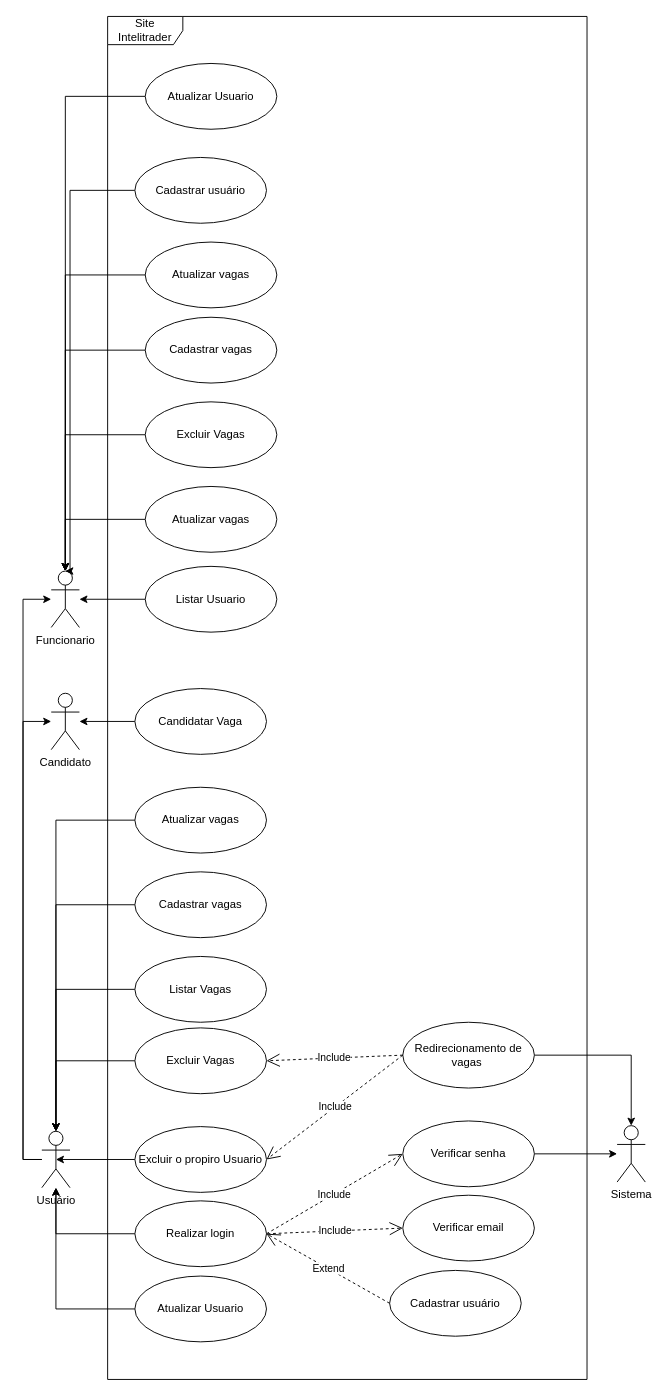
Above: page "Caso de uso" (1 of 2) of Diagramas/Caso de uso e classe.drawio in LameckVieira/Projeto_Intelitrade (draw.io), before the change. Source tidied: cells renumbered, new cells numbered last; positions are measured from the earlier drawing's top-left corner, leaving out a move shared by most shapes. Both pictures are drawn from the tidied source at 94%, with x=0, y=0 at pixel (23, 16).
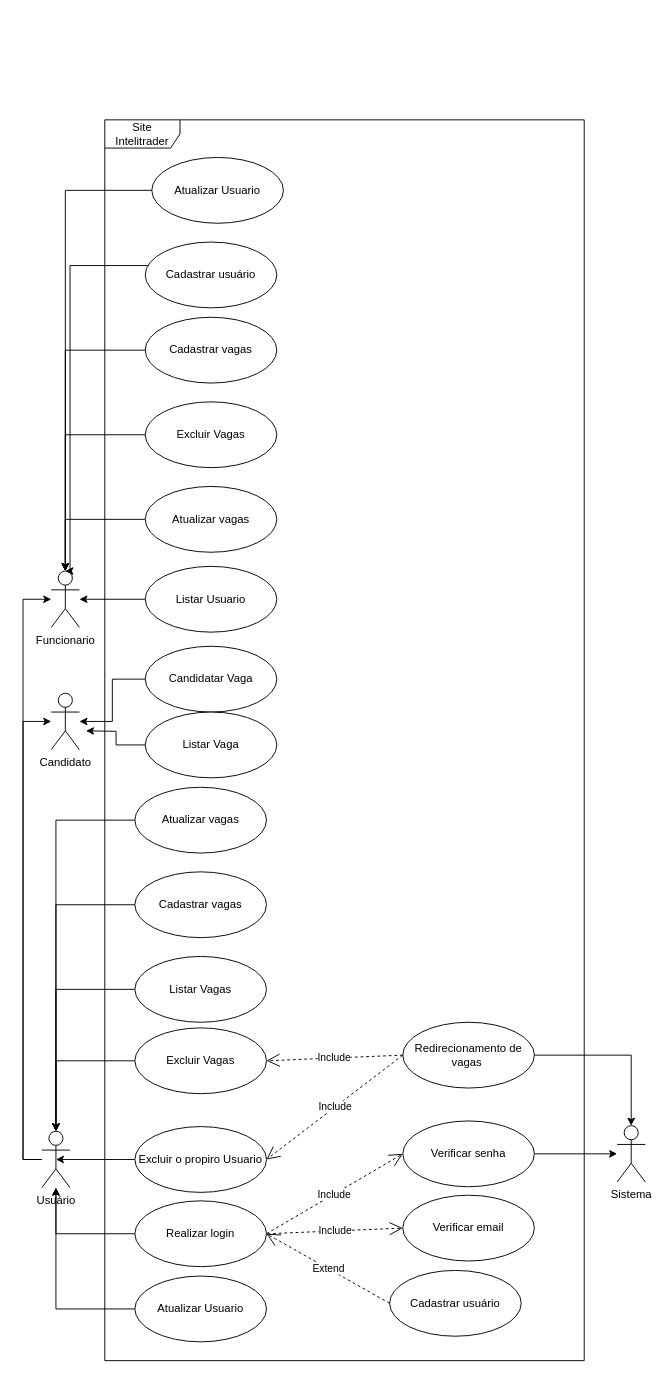
Above is the later version.

Commit message:
outras coisas

The change refers to these unchanged cells:
```xml
<mxCell id="30" value="Funcionario" style="shape=umlActor;verticalLabelPosition=bottom;verticalAlign=top;html=1;outlineConnect=0;" parent="1" vertex="1">
  <mxGeometry x="30" y="590" width="30" height="60" as="geometry" />
</mxCell>
```

The edit, as a diff of the source:
```diff
@@
     <mxCell id="27" value="Site Intelitrader" style="shape=umlFrame;whiteSpace=wrap;html=1;width=80;height=30;" parent="1" vertex="1">
-      <mxGeometry x="90" width="510" height="1450" as="geometry" />
+      <mxGeometry x="87" y="110" width="510" height="1320" as="geometry" />
     </mxCell>
@@
     <mxCell id="37" value="Candidatar Vaga" style="ellipse;whiteSpace=wrap;html=1;" parent="1" vertex="1">
-      <mxGeometry x="119" y="715" width="140" height="70" as="geometry" />
+      <mxGeometry x="130" y="670" width="140" height="70" as="geometry" />
     </mxCell>
@@
-    <mxCell id="44" style="edgeStyle=orthogonalEdgeStyle;rounded=0;jettySize=auto;html=1;entryX=0.5;entryY=0;entryDx=0;entryDy=0;entryPerimeter=0;" parent="1" edge="1" source="45" target="30">
-      <mxGeometry relative="1" as="geometry" />
-    </mxCell>
-    <mxCell id="45" value="Atualizar vagas" style="ellipse;whiteSpace=wrap;html=1;" parent="1" vertex="1">
-      <mxGeometry x="130" y="240" width="140" height="70" as="geometry" />
-    </mxCell>
     <mxCell id="46" style="edgeStyle=orthogonalEdgeStyle;rounded=0;jettySize=auto;html=1;entryX=0.5;entryY=0;entryDx=0;entryDy=0;entryPerimeter=0;" parent="1" edge="1" source="47" target="30">
       <mxGeometry relative="1" as="geometry">
         <Array as="points">
-          <mxPoint x="50" y="185" />
+          <mxPoint x="50" y="265" />
           <mxPoint x="50" y="590" />
         </Array>
       </mxGeometry>
     </mxCell>
     <mxCell id="47" value="Cadastrar usuário" style="ellipse;whiteSpace=wrap;html=1;" parent="1" vertex="1">
-      <mxGeometry x="119" y="150" width="140" height="70" as="geometry" />
+      <mxGeometry x="130" y="240" width="140" height="70" as="geometry" />
     </mxCell>
@@
     <mxCell id="49" value="Atualizar Usuario" style="ellipse;whiteSpace=wrap;html=1;" parent="1" vertex="1">
-      <mxGeometry x="130" y="50" width="140" height="70" as="geometry" />
+      <mxGeometry x="137" y="150" width="140" height="70" as="geometry" />
     </mxCell>
+    <mxCell id="50" style="edgeStyle=orthogonalEdgeStyle;rounded=0;jettySize=auto;html=1;" parent="1" edge="1" source="51">
+      <mxGeometry relative="1" as="geometry">
+        <mxPoint x="67" y="760" as="targetPoint" />
+      </mxGeometry>
+    </mxCell>
+    <mxCell id="51" value="Listar Vaga" style="ellipse;whiteSpace=wrap;html=1;" parent="1" vertex="1">
+      <mxGeometry x="130" y="740" width="140" height="70" as="geometry" />
+    </mxCell>
```
